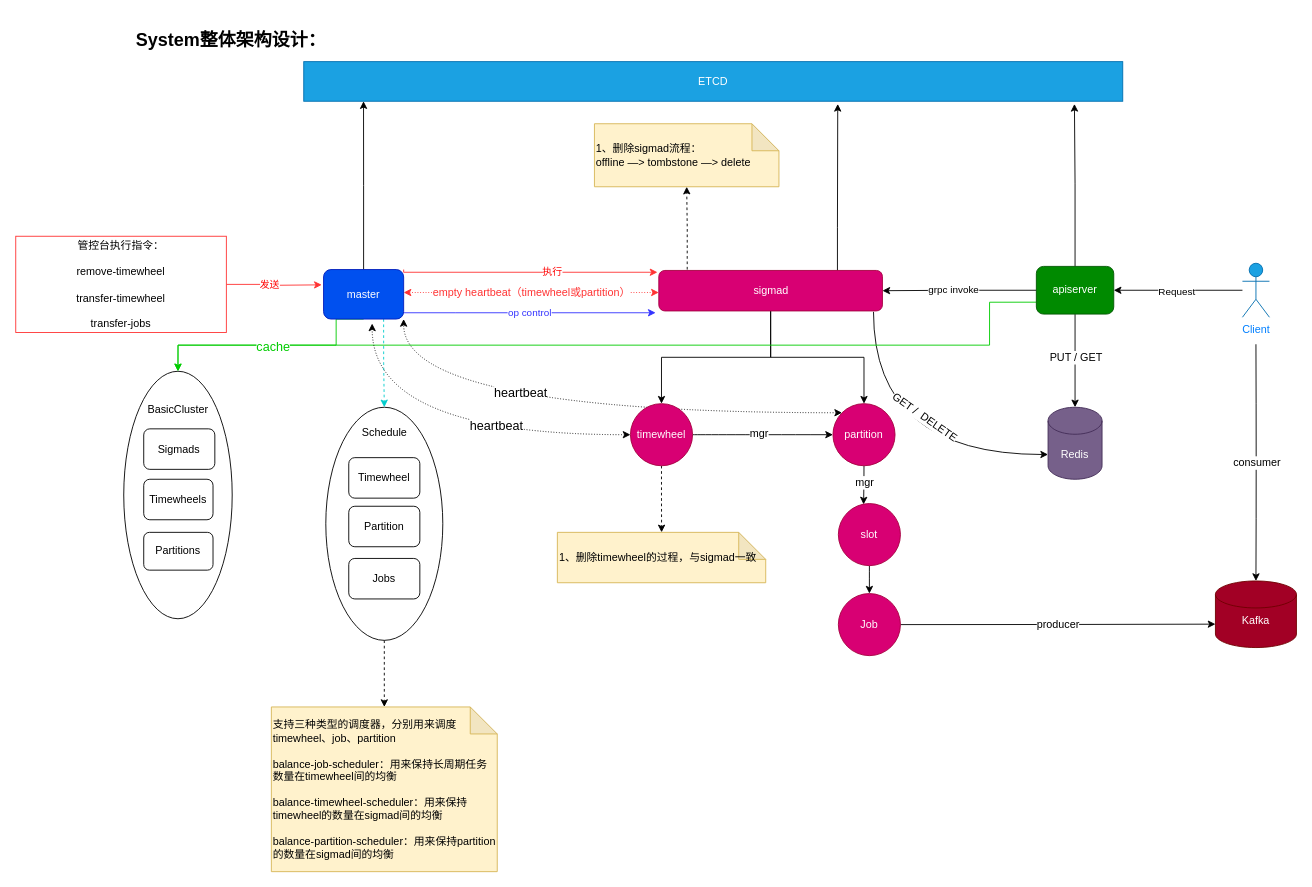
This is sigmax.drawio from gitcodeporter/draw-uml, a draw.io file, before an edit. Source tidied: cells renumbered, new cells numbered last; positions are measured from the earlier drawing's top-left corner, leaving out a move shared by most shapes. Both pictures are drawn from the tidied source at 90%, with x=0, y=0 at pixel (15, 15).
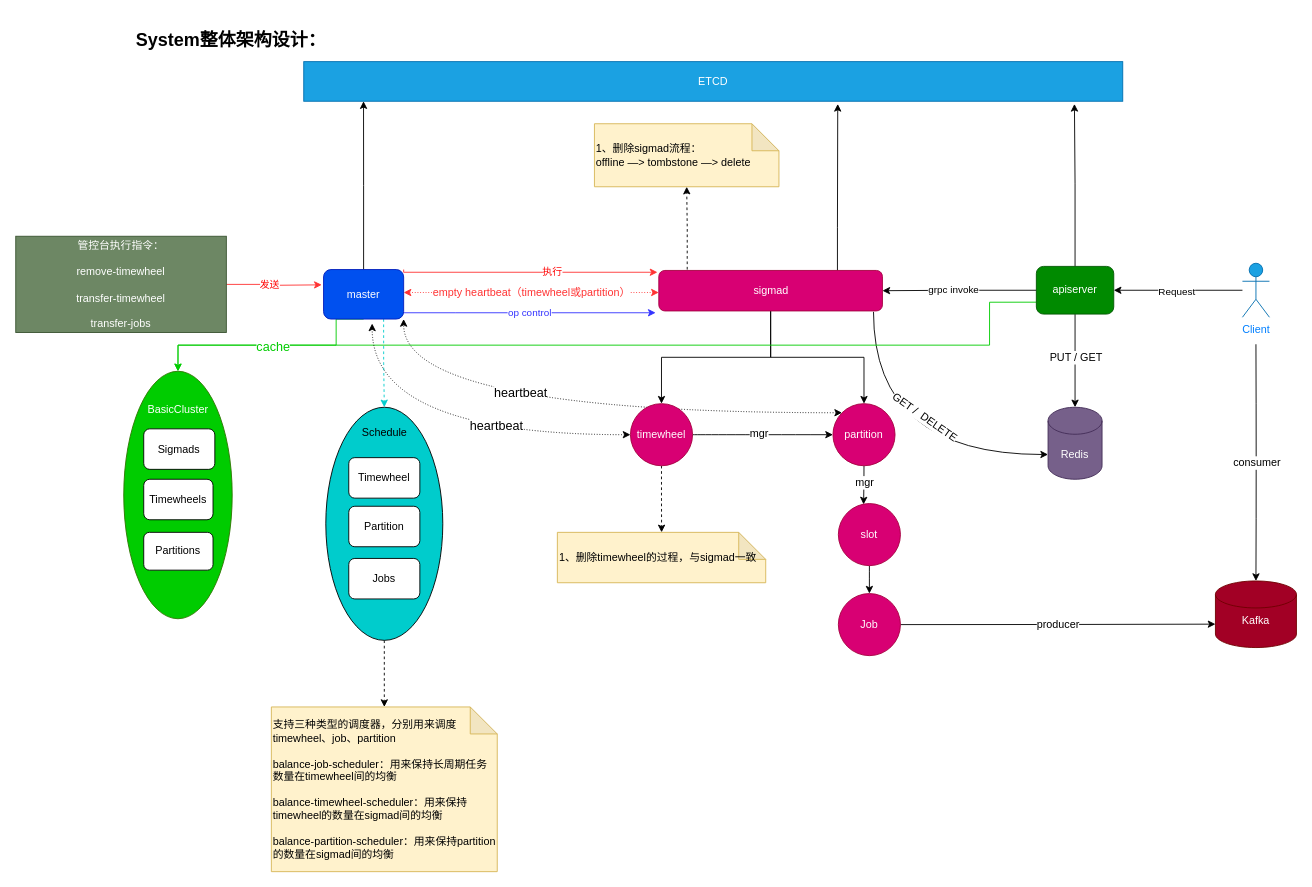
The same page after the edit.

Change to the diagram source:
```diff
@@
-    <mxCell id="2" value="&lt;br&gt;&lt;br&gt;BasicCluster" style="ellipse;whiteSpace=wrap;html=1;strokeColor=#000000;gradientColor=none;verticalAlign=top;" parent="1" vertex="1">
+    <mxCell id="2" value="&lt;br&gt;&lt;br&gt;BasicCluster" style="ellipse;whiteSpace=wrap;html=1;strokeColor=#2D7600;verticalAlign=top;fontColor=#ffffff;fillColor=#00cc00;" parent="1" vertex="1">
       <mxGeometry x="120" y="395" width="120.5" height="275" as="geometry" />
     </mxCell>
@@
-    <mxCell id="39" value="管控台执行指令：&lt;br&gt;&lt;br&gt;remove-timewheel&lt;br&gt;&lt;br&gt;transfer-timewheel&lt;br&gt;&lt;br&gt;transfer-jobs" style="rounded=0;whiteSpace=wrap;html=1;strokeColor=#FF3333;" parent="1" vertex="1">
+    <mxCell id="39" value="管控台执行指令：&lt;br&gt;&lt;br&gt;remove-timewheel&lt;br&gt;&lt;br&gt;transfer-timewheel&lt;br&gt;&lt;br&gt;transfer-jobs" style="rounded=0;whiteSpace=wrap;html=1;strokeColor=#3A5431;fillColor=#6d8764;fontColor=#ffffff;" parent="1" vertex="1">
       <mxGeometry y="245" width="234" height="107" as="geometry" />
     </mxCell>
@@
-    <mxCell id="46" value="&lt;br&gt;Schedule" style="ellipse;whiteSpace=wrap;html=1;strokeColor=#000000;gradientColor=none;verticalAlign=top;" parent="1" vertex="1">
+    <mxCell id="46" value="&lt;br&gt;Schedule" style="ellipse;whiteSpace=wrap;html=1;strokeColor=#000000;gradientColor=none;verticalAlign=top;fillColor=#00CCCC;" parent="1" vertex="1">
       <mxGeometry x="344.5" y="435" width="130" height="259" as="geometry" />
     </mxCell>
```
